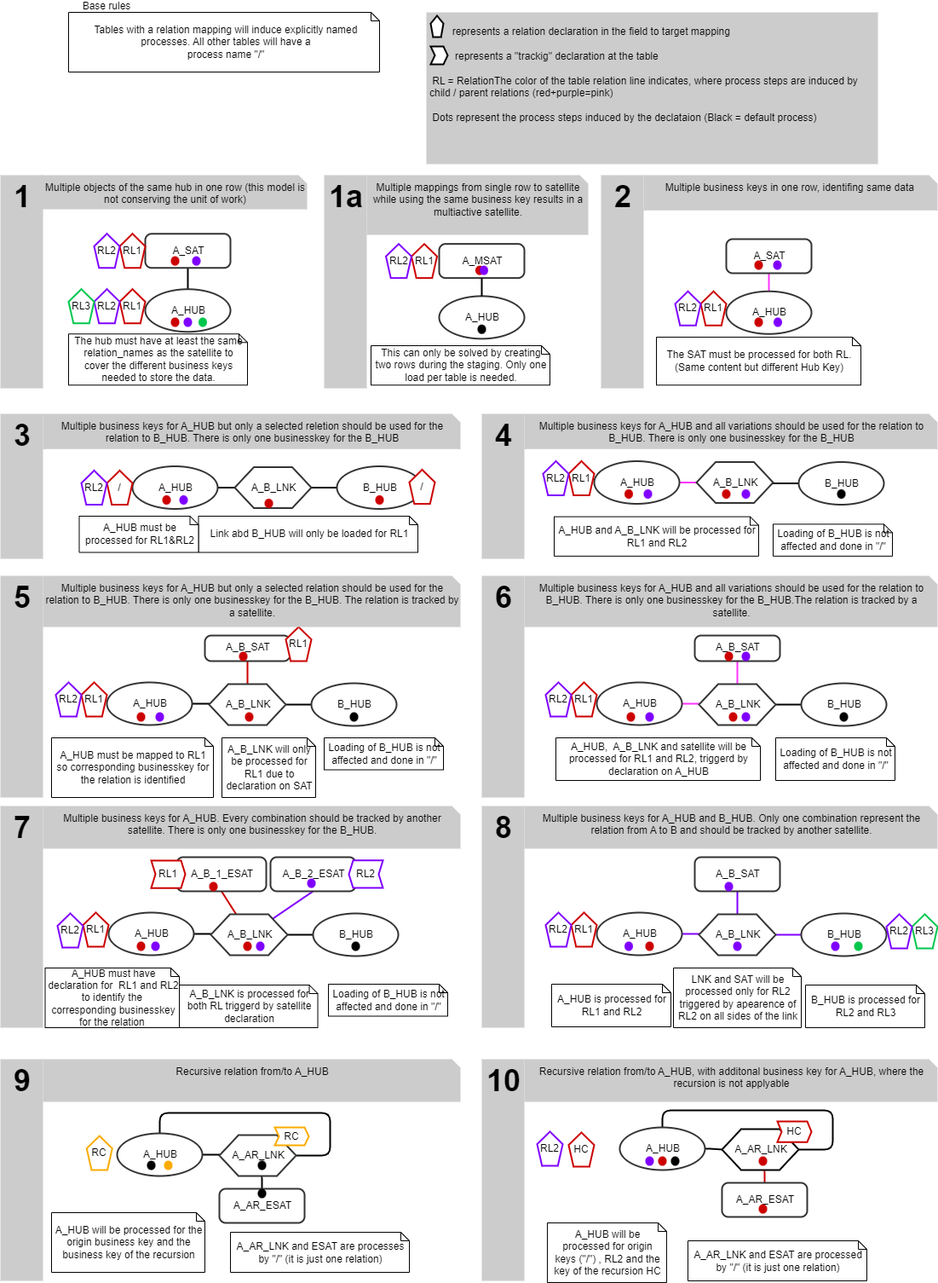
Before: documentation/images/process_generation_scenarios.drawio.png, a diagram exported from draw.io (cimt-ag/data_vault_pipelinedescription). Source tidied: cells renumbered, new cells last; positions are measured from the earlier drawing's top-left corner, leaving out a move shared by most shapes.
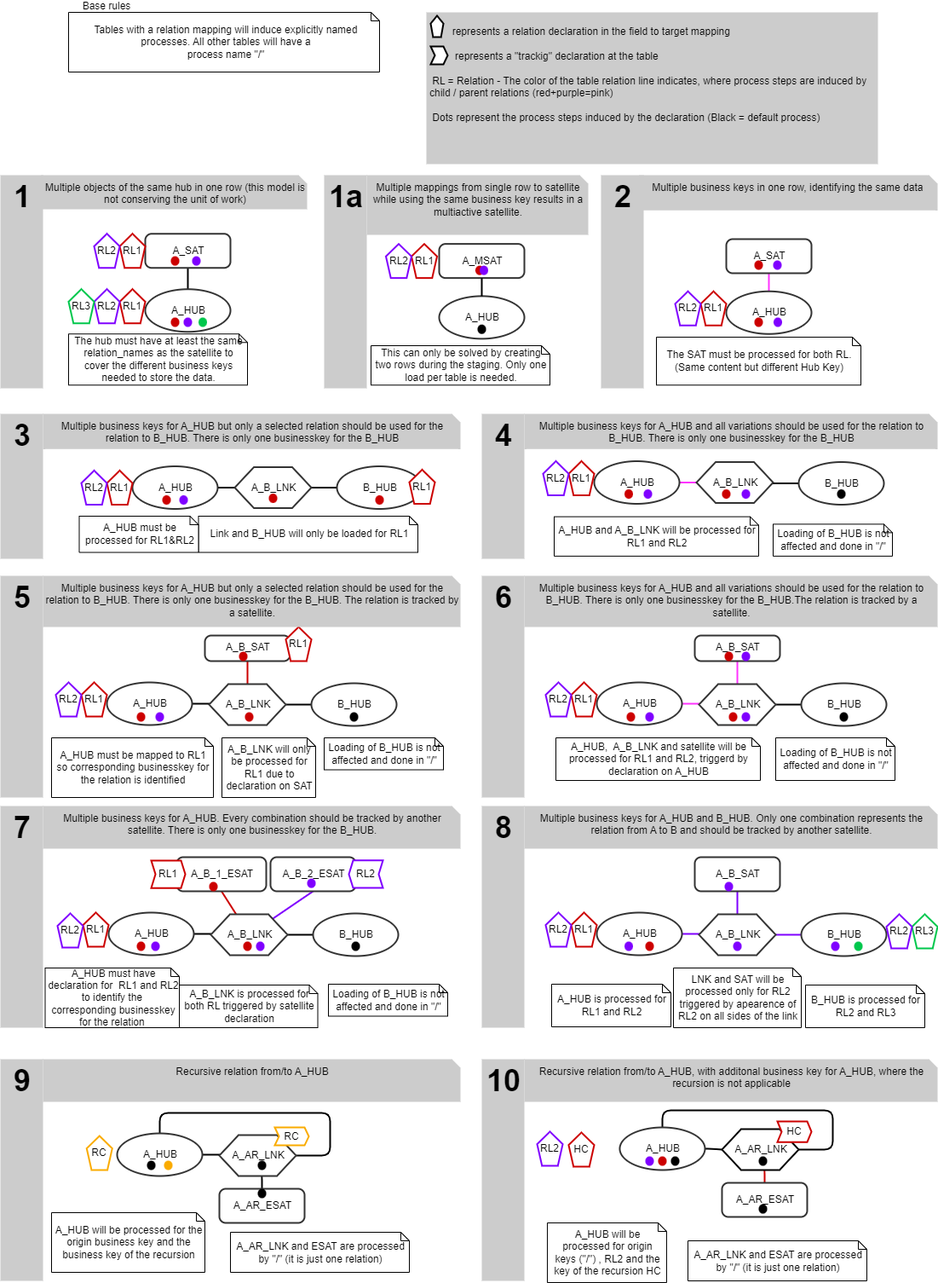
Above is the later version.

What changed in the source:
```diff
@@ -242,7 +242,7 @@
     <mxCell id="35" value="&lt;div style='width: 43.0px;height:auto;word-break: break-word;'&gt;&lt;div align=&quot;center&quot;&gt;&lt;span style=&quot;font-family: Helvetica; font-size: 36px; text-decoration: none; font-weight: bold; line-height: 36px;&quot;&gt;8&lt;/span&gt;&lt;/div&gt;&lt;/div&gt;" style="shape=rect;shadow=0;strokeWidth=0;strokeColor=none;fillColor=#cccccc;opacity=100.0;html=1;nl2Br=0;verticalAlign=top;align=center;spacingLeft=2.0;spacingRight=0;spacingTop=1.0;spacingBottom=8;whiteSpace=wrap;gliffyId=371;" parent="1" vertex="1">
       <mxGeometry x="565" y="945" width="50" height="260" as="geometry" />
     </mxCell>
-    <mxCell id="36" value="&amp;nbsp; &amp;nbsp; &amp;nbsp; &amp;nbsp; &lt;br&gt;&lt;span style=&quot;white-space: pre;&quot;&gt;&#9;&lt;/span&gt;represents a relation declaration in the field to target mapping&lt;br&gt;&lt;br&gt;&amp;nbsp; &amp;nbsp; &amp;nbsp; &amp;nbsp; &amp;nbsp;represents a &quot;trackig&quot; declaration at the table&lt;br&gt;&lt;br&gt;&amp;nbsp;RL = RelationThe color of the table relation line indicates, where process steps are induced by child / parent relations (red+purple=pink) &amp;nbsp;&lt;br&gt;&lt;br&gt;&amp;nbsp;Dots represent the process steps induced by the declataion (Black = default process)" style="shape=rect;shadow=0;strokeWidth=0;strokeColor=none;fillColor=#cccccc;opacity=100.0;nl2Br=0;verticalAlign=top;align=left;spacingLeft=2.0;spacingRight=0;spacingTop=-5.6;spacingBottom=8;gliffyId=392;html=1;whiteSpace=wrap;" parent="1" vertex="1">
+    <mxCell id="36" value="&amp;nbsp; &amp;nbsp; &amp;nbsp; &amp;nbsp; &lt;br&gt;&lt;span style=&quot;white-space: pre;&quot;&gt;&#9;&lt;/span&gt;represents a relation declaration in the field to target mapping&lt;br&gt;&lt;br&gt;&amp;nbsp; &amp;nbsp; &amp;nbsp; &amp;nbsp; &amp;nbsp;represents a &quot;trackig&quot; declaration at the table&lt;br&gt;&lt;br&gt;&amp;nbsp;RL = Relation - The color of the table relation line indicates, where process steps are induced by child / parent relations (red+purple=pink) &amp;nbsp;&lt;br&gt;&lt;br&gt;&amp;nbsp;Dots represent the process steps induced by the declaration (Black = default process)" style="shape=rect;shadow=0;strokeWidth=0;strokeColor=none;fillColor=#cccccc;opacity=100.0;nl2Br=0;verticalAlign=top;align=left;spacingLeft=2.0;spacingRight=0;spacingTop=-5.6;spacingBottom=8;gliffyId=392;html=1;whiteSpace=wrap;" parent="1" vertex="1">
       <mxGeometry x="500" y="14" width="530" height="178" as="geometry" />
     </mxCell>
     <mxCell id="37" value="&lt;div style='width: 43.0px;height:auto;word-break: break-word;'&gt;&lt;div align=&quot;center&quot;&gt;&lt;span style=&quot;font-family: Helvetica; font-size: 36px; text-decoration: none; font-weight: bold; line-height: 36px;&quot;&gt;7&lt;/span&gt;&lt;/div&gt;&lt;/div&gt;" style="shape=rect;shadow=0;strokeWidth=0;strokeColor=none;fillColor=#cccccc;opacity=100.0;html=1;nl2Br=0;verticalAlign=top;align=center;spacingLeft=2.0;spacingRight=0;spacingTop=1.0;spacingBottom=8;whiteSpace=wrap;gliffyId=373;" parent="1" vertex="1">
@@ -359,7 +359,7 @@
     <mxCell id="74" value="&lt;div style='width: 25.8px;height:auto;word-break: break-word;'&gt;&lt;div align=&quot;center&quot;&gt;&lt;span style=&quot;font-family: Arial; font-size: 12px; text-decoration: none; line-height: 0;&quot;&gt;&lt;span style=&quot;text-decoration: none; line-height: 14px;&quot;&gt;RL1&lt;/span&gt;&lt;/span&gt;&lt;/div&gt;&lt;/div&gt;" style="shape=mxgraph.basic.pentagon;shadow=0;strokeWidth=2;fillColor=#FFFFFF;strokeColor=#cc0000;opacity=100.0;html=1;nl2Br=0;verticalAlign=middle;align=center;spacingLeft=0.6;spacingRight=0;whiteSpace=wrap;gliffyId=199;" parent="1" vertex="1">
       <mxGeometry x="667" y="540.5" width="30" height="40" as="geometry" />
     </mxCell>
-    <mxCell id="75" value="&lt;div style=&quot;width: 25.8px;height:auto;word-break: break-word;&quot;&gt;&lt;div align=&quot;center&quot;&gt;&lt;span style=&quot;font-family: Arial; font-size: 12px; text-decoration: none; line-height: 0;&quot;&gt;&lt;span style=&quot;text-decoration: none; line-height: 14px;&quot;&gt;/&lt;/span&gt;&lt;/span&gt;&lt;/div&gt;&lt;/div&gt;" style="shape=mxgraph.basic.pentagon;shadow=0;strokeWidth=2;fillColor=#FFFFFF;strokeColor=#cc0000;opacity=100.0;html=1;nl2Br=0;verticalAlign=middle;align=center;spacingLeft=0.6;spacingRight=0;whiteSpace=wrap;gliffyId=221;" parent="1" vertex="1">
+    <mxCell id="75" value="&lt;div style=&quot;width: 25.8px;height:auto;word-break: break-word;&quot;&gt;&lt;div align=&quot;center&quot;&gt;&lt;span style=&quot;font-family: Arial; font-size: 12px; text-decoration: none; line-height: 0;&quot;&gt;&lt;span style=&quot;text-decoration: none; line-height: 14px;&quot;&gt;RL1&lt;/span&gt;&lt;/span&gt;&lt;/div&gt;&lt;/div&gt;" style="shape=mxgraph.basic.pentagon;shadow=0;strokeWidth=2;fillColor=#FFFFFF;strokeColor=#cc0000;opacity=100.0;html=1;nl2Br=0;verticalAlign=middle;align=center;spacingLeft=0.6;spacingRight=0;whiteSpace=wrap;gliffyId=221;" parent="1" vertex="1">
       <mxGeometry x="125" y="551.5" width="30" height="40" as="geometry" />
     </mxCell>
     <mxCell id="76" value="&lt;div style='width: 25.8px;height:auto;word-break: break-word;'&gt;&lt;div align=&quot;center&quot;&gt;&lt;span style=&quot;font-family: Arial; font-size: 12px; text-decoration: none; line-height: 0;&quot;&gt;&lt;span style=&quot;text-decoration: none; line-height: 14px;&quot;&gt;RL1&lt;/span&gt;&lt;/span&gt;&lt;/div&gt;&lt;/div&gt;" style="shape=mxgraph.basic.pentagon;shadow=0;strokeWidth=2;fillColor=#FFFFFF;strokeColor=#cc0000;opacity=100.0;html=1;nl2Br=0;verticalAlign=middle;align=center;spacingLeft=0.6;spacingRight=0;whiteSpace=wrap;gliffyId=30;" parent="1" vertex="1">
@@ -431,7 +431,7 @@
     <mxCell id="98" value="&lt;div style=&quot;width: 351.57144px;height:auto;word-break: break-word;&quot;&gt;&lt;div align=&quot;center&quot;&gt;&lt;span style=&quot;font-family: Arial; font-size: 12px; line-height: 0;&quot;&gt;&lt;span style=&quot;line-height: 14px;&quot; class=&quot;&quot;&gt;Tables with a relation mapping will induce explicitly named processes. All other tables will have a&lt;/span&gt;&lt;/span&gt;&lt;/div&gt;&lt;div align=&quot;center&quot;&gt;&lt;span style=&quot;font-family: Arial; font-size: 12px; line-height: 0;&quot;&gt;&lt;span style=&quot;line-height: 14px;&quot; class=&quot;&quot;&gt;process name &quot;/&quot;&lt;/span&gt;&lt;/span&gt;&lt;/div&gt;&lt;/div&gt;" style="shape=note;size=10;shadow=0;strokeWidth=1;fillColor=#FFFFFF;strokeColor=#000000;opacity=100.0;html=1;nl2Br=0;verticalAlign=middle;align=center;spacingLeft=5.214286;spacingRight=0;whiteSpace=wrap;gliffyId=87;" parent="1" vertex="1">
       <mxGeometry x="80" y="14" width="365" height="70" as="geometry" />
     </mxCell>
-    <mxCell id="99" value="A_B_LNK is processed for both RL triggerd by satellite declaration" style="shape=note;size=10;shadow=0;strokeWidth=1;fillColor=#FFFFFF;strokeColor=#000000;opacity=100.0;nl2Br=0;verticalAlign=middle;align=center;spacingLeft=2.0;spacingRight=0;whiteSpace=wrap;gliffyId=95;" parent="1" vertex="1">
+    <mxCell id="99" value="A_B_LNK is processed for both RL triggered by satellite declaration" style="shape=note;size=10;shadow=0;strokeWidth=1;fillColor=#FFFFFF;strokeColor=#000000;opacity=100.0;nl2Br=0;verticalAlign=middle;align=center;spacingLeft=2.0;spacingRight=0;whiteSpace=wrap;gliffyId=95;" parent="1" vertex="1">
       <mxGeometry x="210" y="1155" width="162.5" height="50" as="geometry" />
     </mxCell>
     <mxCell id="100" value="A_HUB must be mapped to RL1 so corresponding businesskey for the relation is identified" style="shape=note;size=10;shadow=0;strokeWidth=1;fillColor=#FFFFFF;strokeColor=#000000;opacity=100.0;nl2Br=0;verticalAlign=middle;align=center;spacingLeft=2.0;spacingRight=0;whiteSpace=wrap;gliffyId=340;" parent="1" vertex="1">
@@ -440,7 +440,7 @@
     <mxCell id="101" value="A_B_LNK will only be processed for RL1 due to declaration on SAT" style="shape=note;size=10;shadow=0;strokeWidth=1;fillColor=#FFFFFF;strokeColor=#000000;opacity=100.0;nl2Br=0;verticalAlign=middle;align=center;spacingLeft=2.0;spacingRight=0;whiteSpace=wrap;gliffyId=140;" parent="1" vertex="1">
       <mxGeometry x="260" y="865" width="110" height="70" as="geometry" />
     </mxCell>
-    <mxCell id="102" value="A_AR_LNK and ESAT are processes by &quot;/&quot; (it is just one relation)" style="shape=note;size=10;shadow=0;strokeWidth=1;fillColor=#FFFFFF;strokeColor=#000000;opacity=100.0;nl2Br=0;verticalAlign=middle;align=center;spacingLeft=2.0;spacingRight=0;whiteSpace=wrap;gliffyId=166;" parent="1" vertex="1">
+    <mxCell id="102" value="A_AR_LNK and ESAT are processed by &quot;/&quot; (it is just one relation)" style="shape=note;size=10;shadow=0;strokeWidth=1;fillColor=#FFFFFF;strokeColor=#000000;opacity=100.0;nl2Br=0;verticalAlign=middle;align=center;spacingLeft=2.0;spacingRight=0;whiteSpace=wrap;gliffyId=166;" parent="1" vertex="1">
       <mxGeometry x="270" y="1445" width="210" height="47" as="geometry" />
     </mxCell>
     <mxCell id="103" value="A_HUB will be processed for the origin business key and the business key of the recursion" style="shape=note;size=10;shadow=0;strokeWidth=1;fillColor=#FFFFFF;strokeColor=#000000;opacity=100.0;nl2Br=0;verticalAlign=middle;align=center;spacingLeft=2.0;spacingRight=0;whiteSpace=wrap;gliffyId=268;" parent="1" vertex="1">
@@ -452,7 +452,7 @@
     <mxCell id="105" value="A_HUB and A_B_LNK will be processed for RL1 and RL2" style="shape=note;size=10;shadow=0;strokeWidth=1;fillColor=#FFFFFF;strokeColor=#000000;opacity=100.0;nl2Br=0;verticalAlign=middle;align=center;spacingLeft=2.0;spacingRight=0;whiteSpace=wrap;gliffyId=193;" parent="1" vertex="1">
       <mxGeometry x="650" y="605.6" width="240" height="46.2" as="geometry" />
     </mxCell>
-    <mxCell id="106" value="Link abd B_HUB will only be loaded for RL1" style="shape=note;size=10;shadow=0;strokeWidth=1;fillColor=#FFFFFF;strokeColor=#000000;opacity=100.0;nl2Br=0;verticalAlign=middle;align=center;spacingLeft=2.0;spacingRight=0;whiteSpace=wrap;gliffyId=213;" parent="1" vertex="1">
+    <mxCell id="106" value="Link and B_HUB will only be loaded for RL1" style="shape=note;size=10;shadow=0;strokeWidth=1;fillColor=#FFFFFF;strokeColor=#000000;opacity=100.0;nl2Br=0;verticalAlign=middle;align=center;spacingLeft=2.0;spacingRight=0;whiteSpace=wrap;gliffyId=213;" parent="1" vertex="1">
       <mxGeometry x="232.5" y="605" width="257.5" height="42.5" as="geometry" />
     </mxCell>
     <mxCell id="107" value="&lt;div style=&quot;width: 43.0px;height:auto;word-break: break-word;&quot;&gt;&lt;div align=&quot;center&quot;&gt;&lt;span style=&quot;font-family: Helvetica; font-size: 36px; text-decoration: none; line-height: 36px; font-weight: bold;&quot;&gt;1a&lt;/span&gt;&lt;/div&gt;&lt;/div&gt;" style="shape=rect;shadow=0;strokeWidth=0;strokeColor=none;fillColor=#cccccc;opacity=100.0;html=1;nl2Br=0;verticalAlign=top;align=center;spacingLeft=2.0;spacingRight=0;spacingTop=1.0;spacingBottom=8;whiteSpace=wrap;gliffyId=345;" parent="1" vertex="1">
@@ -482,10 +482,10 @@
     <mxCell id="115" value="Multiple mappings from single row to satellite while using the same business key results in a multiactive satellite." style="shape=note;size=10;shadow=0;strokeWidth=0;fillColor=#cccccc;strokeColor=none;opacity=100.0;nl2Br=0;verticalAlign=top;align=center;spacingLeft=2.0;spacingRight=0;whiteSpace=wrap;gliffyId=41;spacingTop=1;spacingBottom=8;" parent="1" vertex="1">
       <mxGeometry x="430" y="205" width="260" height="70" as="geometry" />
     </mxCell>
-    <mxCell id="116" value="Multiple business keys in one row, identifing same data " style="shape=note;size=10;shadow=0;strokeWidth=0;fillColor=#cccccc;strokeColor=none;opacity=100.0;nl2Br=0;verticalAlign=top;align=center;spacingLeft=2.0;spacingRight=0;whiteSpace=wrap;gliffyId=282;spacingTop=1;spacingBottom=8;" parent="1" vertex="1">
-      <mxGeometry x="755" y="205" width="345" height="41.2" as="geometry" />
+    <mxCell id="116" value="Multiple business keys in one row, identifying the same data " style="shape=note;size=10;shadow=0;strokeWidth=0;fillColor=#cccccc;strokeColor=none;opacity=100.0;nl2Br=0;verticalAlign=top;align=center;spacingLeft=2.0;spacingRight=0;whiteSpace=wrap;gliffyId=282;spacingTop=1;spacingBottom=8;" parent="1" vertex="1">
+      <mxGeometry x="750" y="205" width="350" height="41.2" as="geometry" />
     </mxCell>
-    <mxCell id="117" value="Multiple business keys for A_HUB but only a selected reletion should be used for the relation to B_HUB. There is only one businesskey for the B_HUB" style="shape=note;size=10;shadow=0;strokeWidth=0;fillColor=#cccccc;strokeColor=none;opacity=100.0;nl2Br=0;verticalAlign=top;align=center;spacingLeft=2.0;spacingRight=0;whiteSpace=wrap;gliffyId=282;spacingTop=1;spacingBottom=8;" parent="1" vertex="1">
+    <mxCell id="117" value="Multiple business keys for A_HUB but only a selected relation should be used for the relation to B_HUB. There is only one businesskey for the B_HUB" style="shape=note;size=10;shadow=0;strokeWidth=0;fillColor=#cccccc;strokeColor=none;opacity=100.0;nl2Br=0;verticalAlign=top;align=center;spacingLeft=2.0;spacingRight=0;whiteSpace=wrap;gliffyId=282;spacingTop=1;spacingBottom=8;" parent="1" vertex="1">
       <mxGeometry x="50" y="485" width="490" height="41.2" as="geometry" />
     </mxCell>
     <mxCell id="118" value="&lt;div style=&quot;width: 25.8px;height:auto;word-break: break-word;&quot;&gt;&lt;div align=&quot;center&quot;&gt;&lt;br&gt;&lt;/div&gt;&lt;/div&gt;" style="shape=mxgraph.basic.pentagon;shadow=0;strokeWidth=2;fillColor=#FFFFFF;strokeColor=#000000;opacity=100.0;html=1;nl2Br=0;verticalAlign=middle;align=center;spacingLeft=0.6;spacingRight=0;whiteSpace=wrap;gliffyId=286;" parent="1" vertex="1">
@@ -524,7 +524,7 @@
     <mxCell id="129" value="Multiple business keys for A_HUB. Every combination should be tracked by another satellite. There is only one businesskey for the B_HUB." style="shape=note;size=10;shadow=0;strokeWidth=0;fillColor=#cccccc;strokeColor=none;opacity=100.0;nl2Br=0;verticalAlign=top;align=center;spacingLeft=2.0;spacingRight=0;whiteSpace=wrap;gliffyId=282;spacingTop=1;spacingBottom=8;" parent="1" vertex="1">
       <mxGeometry x="50" y="945" width="490" height="50" as="geometry" />
     </mxCell>
-    <mxCell id="130" value="Multiple business keys for A_HUB and B_HUB. Only one combination represent the relation from A to B and should be tracked by another satellite." style="shape=note;size=10;shadow=0;strokeWidth=0;fillColor=#cccccc;strokeColor=none;opacity=100.0;nl2Br=0;verticalAlign=top;align=center;spacingLeft=2.0;spacingRight=0;whiteSpace=wrap;gliffyId=282;spacingTop=1;spacingBottom=8;" parent="1" vertex="1">
+    <mxCell id="130" value="Multiple business keys for A_HUB and B_HUB. Only one combination represents the relation from A to B and should be tracked by another satellite." style="shape=note;size=10;shadow=0;strokeWidth=0;fillColor=#cccccc;strokeColor=none;opacity=100.0;nl2Br=0;verticalAlign=top;align=center;spacingLeft=2.0;spacingRight=0;whiteSpace=wrap;gliffyId=282;spacingTop=1;spacingBottom=8;" parent="1" vertex="1">
       <mxGeometry x="615" y="945" width="485" height="50" as="geometry" />
     </mxCell>
     <mxCell id="131" value="B_HUB is processed for RL2 and RL3" style="shape=note;size=10;shadow=0;strokeWidth=1;fillColor=#FFFFFF;strokeColor=#000000;opacity=100.0;nl2Br=0;verticalAlign=middle;align=center;spacingLeft=2.0;spacingRight=0;whiteSpace=wrap;gliffyId=215;" parent="1" vertex="1">
@@ -536,7 +536,7 @@
     <mxCell id="133" value="Recursive relation from/to A_HUB" style="shape=note;size=10;shadow=0;strokeWidth=0;fillColor=#cccccc;strokeColor=none;opacity=100.0;nl2Br=0;verticalAlign=top;align=center;spacingLeft=2.0;spacingRight=0;whiteSpace=wrap;gliffyId=282;spacingTop=1;spacingBottom=8;" parent="1" vertex="1">
       <mxGeometry x="50" y="1242" width="490" height="50" as="geometry" />
     </mxCell>
-    <mxCell id="134" value="Recursive relation from/to A_HUB, with additonal business key for A_HUB, where the recursion is not applyable" style="shape=note;size=10;shadow=0;strokeWidth=0;fillColor=#cccccc;strokeColor=none;opacity=100.0;nl2Br=0;verticalAlign=top;align=center;spacingLeft=2.0;spacingRight=0;whiteSpace=wrap;gliffyId=282;spacingTop=1;spacingBottom=8;" parent="1" vertex="1">
+    <mxCell id="134" value="Recursive relation from/to A_HUB, with additonal business key for A_HUB, where the recursion is not applicable" style="shape=note;size=10;shadow=0;strokeWidth=0;fillColor=#cccccc;strokeColor=none;opacity=100.0;nl2Br=0;verticalAlign=top;align=center;spacingLeft=2.0;spacingRight=0;whiteSpace=wrap;gliffyId=282;spacingTop=1;spacingBottom=8;" parent="1" vertex="1">
       <mxGeometry x="615" y="1242" width="485" height="50" as="geometry" />
     </mxCell>
     <mxCell id="135" value="RL1" style="shape=step;perimeter=stepPerimeter;whiteSpace=wrap;html=1;fixedSize=1;size=5;fillColor=#FFFFFF;strokeColor=#cc0000;shadow=0;strokeWidth=2;opacity=100;spacingLeft=0.6;spacingRight=0;" parent="1" vertex="1">
@@ -579,7 +579,7 @@
       <mxGeometry x="847" y="573.5" width="10" height="11" as="geometry" />
     </mxCell>
     <mxCell id="148" style="ellipse;whiteSpace=wrap;html=1;strokeColor=none;fillColor=#cc0000;" parent="1" vertex="1">
-      <mxGeometry x="310" y="584.5" width="10" height="11" as="geometry" />
+      <mxGeometry x="315" y="578.5" width="10" height="11" as="geometry" />
     </mxCell>
     <mxCell id="149" style="ellipse;whiteSpace=wrap;html=1;strokeColor=none;fillColor=#cc0000;" parent="1" vertex="1">
       <mxGeometry x="190" y="580.5" width="10" height="11" as="geometry" />
@@ -620,10 +620,10 @@
     <mxCell id="161" style="ellipse;whiteSpace=wrap;html=1;strokeColor=none;fillColor=#cc0000;" parent="1" vertex="1">
       <mxGeometry x="160" y="1104" width="10" height="11" as="geometry" />
     </mxCell>
-    <mxCell id="162" style="ellipse;whiteSpace=wrap;html=1;strokeColor=none;fillColor=#cc0000;" parent="1" vertex="1">
+    <mxCell id="162" style="ellipse;whiteSpace=wrap;html=1;strokeColor=none;fillColor=#000000;" parent="1" vertex="1">
       <mxGeometry x="890" y="1412.1" width="10" height="11" as="geometry" />
     </mxCell>
-    <mxCell id="163" style="ellipse;whiteSpace=wrap;html=1;strokeColor=none;fillColor=#cc0000;" parent="1" vertex="1">
+    <mxCell id="163" style="ellipse;whiteSpace=wrap;html=1;strokeColor=none;fillColor=#000000;" parent="1" vertex="1">
       <mxGeometry x="890" y="1356" width="10" height="11" as="geometry" />
     </mxCell>
     <mxCell id="164" style="ellipse;whiteSpace=wrap;html=1;strokeColor=none;fillColor=#000000;" parent="1" vertex="1">
@@ -725,7 +725,7 @@
     <mxCell id="196" style="ellipse;whiteSpace=wrap;html=1;strokeColor=none;fillColor=#000000;" parent="1" vertex="1">
       <mxGeometry x="787" y="1356" width="10" height="11" as="geometry" />
     </mxCell>
-    <mxCell id="197" value="&lt;div style=&quot;width: 25.8px;height:auto;word-break: break-word;&quot;&gt;&lt;div align=&quot;center&quot;&gt;&lt;span style=&quot;font-family: Arial; font-size: 12px; text-decoration: none; line-height: 0;&quot;&gt;&lt;span style=&quot;text-decoration: none; line-height: 14px;&quot;&gt;/&lt;/span&gt;&lt;/span&gt;&lt;/div&gt;&lt;/div&gt;" style="shape=mxgraph.basic.pentagon;shadow=0;strokeWidth=2;fillColor=#FFFFFF;strokeColor=#cc0000;opacity=100.0;html=1;nl2Br=0;verticalAlign=middle;align=center;spacingLeft=0.6;spacingRight=0;whiteSpace=wrap;gliffyId=221;" parent="1" vertex="1">
+    <mxCell id="197" value="&lt;div style=&quot;width: 25.8px;height:auto;word-break: break-word;&quot;&gt;&lt;div align=&quot;center&quot;&gt;&lt;span style=&quot;font-family: Arial; font-size: 12px; text-decoration: none; line-height: 0;&quot;&gt;&lt;span style=&quot;text-decoration: none; line-height: 14px;&quot;&gt;RL1&lt;/span&gt;&lt;/span&gt;&lt;/div&gt;&lt;/div&gt;" style="shape=mxgraph.basic.pentagon;shadow=0;strokeWidth=2;fillColor=#FFFFFF;strokeColor=#cc0000;opacity=100.0;html=1;nl2Br=0;verticalAlign=middle;align=center;spacingLeft=0.6;spacingRight=0;whiteSpace=wrap;gliffyId=221;" parent="1" vertex="1">
       <mxGeometry x="480" y="550.5" width="30" height="40" as="geometry" />
     </mxCell>
     <mxCell id="198" value="A_AR_LNK and ESAT are processed by &quot;/&quot; (it is just one relation)" style="shape=note;size=10;shadow=0;strokeWidth=1;fillColor=#FFFFFF;strokeColor=#000000;opacity=100.0;nl2Br=0;verticalAlign=middle;align=center;spacingLeft=2.0;spacingRight=0;whiteSpace=wrap;gliffyId=166;" parent="1" vertex="1">
```
